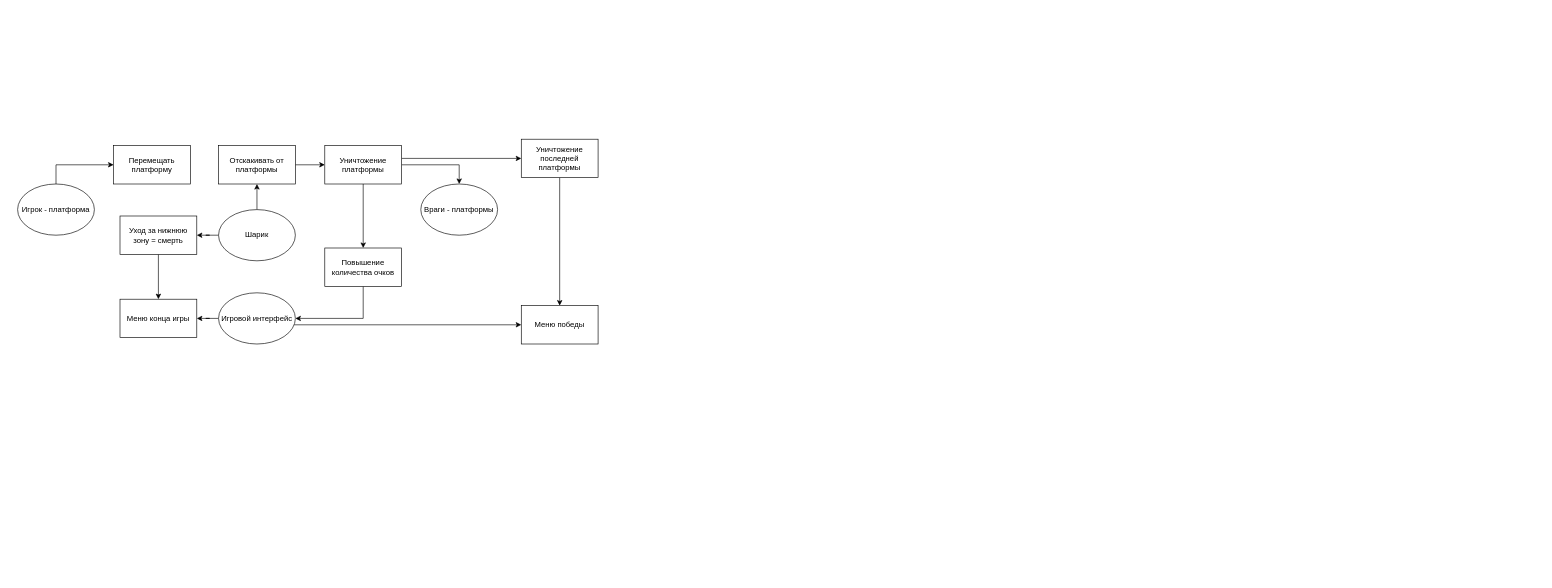
Before: Arcanoid Structure.drawio in Bezzbojnik/ArcanoidUnity, a draw.io diagram. Source tidied: cells renumbered, new cells numbered last; positions are measured from the earlier drawing's top-left corner, leaving out a move shared by most shapes. Both pictures are drawn from the tidied source at 64%, with x=0, y=0 at pixel (17, 139).
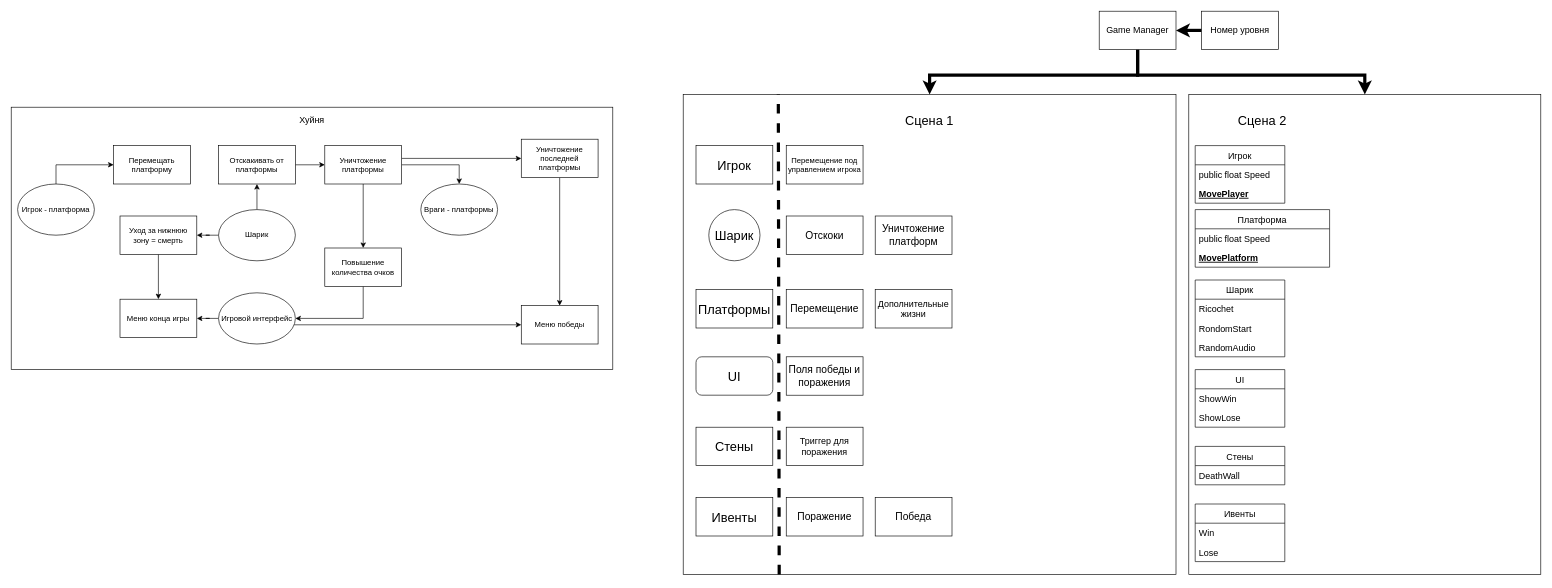
After the change.

What changed in the source:
```diff
@@
+    <mxCell id="26" style="rounded=0;whiteSpace=wrap;html=1;fontSize=14;" parent="1" vertex="1">
+      <mxGeometry x="-10" y="-50" width="940" height="410" as="geometry" />
+    </mxCell>
@@
+    <mxCell id="27" style="rounded=0;whiteSpace=wrap;html=1;" parent="1" vertex="1">
+      <mxGeometry x="1040" y="-70" width="770" height="750" as="geometry" />
+    </mxCell>
+    <mxCell id="28" value="Сцена 1" style="text;html=1;strokeColor=none;fillColor=none;align=center;verticalAlign=middle;whiteSpace=wrap;rounded=0;fontSize=20;" parent="1" vertex="1">
+      <mxGeometry x="1355" y="-50" width="140" height="40" as="geometry" />
+    </mxCell>
+    <mxCell id="29" value="Игрок" style="rounded=0;whiteSpace=wrap;html=1;fontSize=20;" parent="1" vertex="1">
+      <mxGeometry x="1060" y="10" width="120" height="60" as="geometry" />
+    </mxCell>
+    <mxCell id="30" value="Шарик" style="ellipse;whiteSpace=wrap;html=1;fontSize=20;" parent="1" vertex="1">
+      <mxGeometry x="1080" y="110" width="80" height="80" as="geometry" />
+    </mxCell>
+    <mxCell id="31" value="Платформы" style="rounded=0;whiteSpace=wrap;html=1;fontSize=20;" parent="1" vertex="1">
+      <mxGeometry x="1060" y="235" width="120" height="60" as="geometry" />
+    </mxCell>
+    <mxCell id="32" value="UI" style="rounded=1;whiteSpace=wrap;html=1;fontSize=20;" parent="1" vertex="1">
+      <mxGeometry x="1060" y="340" width="120" height="60" as="geometry" />
+    </mxCell>
+    <mxCell id="33" value="Стены" style="rounded=0;whiteSpace=wrap;html=1;fontSize=20;" parent="1" vertex="1">
+      <mxGeometry x="1060" y="450" width="120" height="60" as="geometry" />
+    </mxCell>
+    <mxCell id="34" value="Ивенты" style="rounded=0;whiteSpace=wrap;html=1;fontSize=20;" parent="1" vertex="1">
+      <mxGeometry x="1060" y="560" width="120" height="60" as="geometry" />
+    </mxCell>
+    <mxCell id="35" value="Отскоки" style="rounded=0;whiteSpace=wrap;html=1;fontSize=16;" parent="1" vertex="1">
+      <mxGeometry x="1201" y="120" width="120" height="60" as="geometry" />
+    </mxCell>
+    <mxCell id="36" value="Перемещение" style="rounded=0;whiteSpace=wrap;html=1;fontSize=16;" parent="1" vertex="1">
+      <mxGeometry x="1201" y="235" width="120" height="60" as="geometry" />
+    </mxCell>
+    <mxCell id="37" value="Уничтожение платформ" style="rounded=0;whiteSpace=wrap;html=1;fontSize=16;" parent="1" vertex="1">
+      <mxGeometry x="1340" y="120" width="120" height="60" as="geometry" />
+    </mxCell>
+    <mxCell id="38" value="Перемещение под управлением игрока" style="rounded=0;whiteSpace=wrap;html=1;fontSize=12;" parent="1" vertex="1">
+      <mxGeometry x="1201" y="10" width="120" height="60" as="geometry" />
+    </mxCell>
+    <mxCell id="39" value="Поля победы и поражения" style="rounded=0;whiteSpace=wrap;html=1;fontSize=16;" parent="1" vertex="1">
+      <mxGeometry x="1201" y="340" width="120" height="60" as="geometry" />
+    </mxCell>
+    <mxCell id="40" value="Поражение" style="rounded=0;whiteSpace=wrap;html=1;fontSize=16;" parent="1" vertex="1">
+      <mxGeometry x="1201" y="560" width="120" height="60" as="geometry" />
+    </mxCell>
+    <mxCell id="41" value="Победа" style="rounded=0;whiteSpace=wrap;html=1;fontSize=16;" parent="1" vertex="1">
+      <mxGeometry x="1340" y="560" width="120" height="60" as="geometry" />
+    </mxCell>
+    <mxCell id="42" style="rounded=0;whiteSpace=wrap;html=1;" parent="1" vertex="1">
+      <mxGeometry x="1830" y="-70" width="550" height="750" as="geometry" />
+    </mxCell>
+    <mxCell id="43" value="Сцена 2" style="text;html=1;strokeColor=none;fillColor=none;align=center;verticalAlign=middle;whiteSpace=wrap;rounded=0;fontSize=20;" parent="1" vertex="1">
+      <mxGeometry x="1875" y="-50" width="140" height="40" as="geometry" />
+    </mxCell>
+    <mxCell id="44" value="Дополнительные жизни" style="rounded=0;whiteSpace=wrap;html=1;fontSize=14;" parent="1" vertex="1">
+      <mxGeometry x="1340" y="235" width="120" height="60" as="geometry" />
+    </mxCell>
+    <mxCell id="45" value="Триггер для поражения" style="rounded=0;whiteSpace=wrap;html=1;fontSize=14;" parent="1" vertex="1">
+      <mxGeometry x="1201" y="450" width="120" height="60" as="geometry" />
+    </mxCell>
+    <mxCell id="46" style="edgeStyle=orthogonalEdgeStyle;rounded=0;jumpSize=11;jettySize=auto;html=1;fontSize=14;endSize=6;strokeWidth=5;" parent="1" edge="1" source="48" target="27">
+      <mxGeometry relative="1" as="geometry">
+        <Array as="points">
+          <mxPoint x="1750" y="-100" />
+          <mxPoint x="1425" y="-100" />
+        </Array>
+      </mxGeometry>
+    </mxCell>
+    <mxCell id="47" style="edgeStyle=orthogonalEdgeStyle;rounded=0;jumpSize=11;jettySize=auto;html=1;entryX=0.5;entryY=0;entryDx=0;entryDy=0;fontSize=14;endSize=6;strokeWidth=5;" parent="1" edge="1" source="48" target="42">
+      <mxGeometry relative="1" as="geometry">
+        <Array as="points">
+          <mxPoint x="1750" y="-100" />
+          <mxPoint x="2105" y="-100" />
+        </Array>
+      </mxGeometry>
+    </mxCell>
+    <mxCell id="48" value="Game Manager" style="rounded=0;whiteSpace=wrap;html=1;fontSize=14;" parent="1" vertex="1">
+      <mxGeometry x="1690" y="-200" width="120" height="60" as="geometry" />
+    </mxCell>
+    <mxCell id="49" style="edgeStyle=orthogonalEdgeStyle;rounded=0;jumpSize=11;jettySize=auto;html=1;fontSize=14;endSize=6;strokeWidth=5;" parent="1" edge="1" source="50" target="48">
+      <mxGeometry relative="1" as="geometry" />
+    </mxCell>
+    <mxCell id="50" value="Номер уровня" style="rounded=0;whiteSpace=wrap;html=1;fontSize=14;" parent="1" vertex="1">
+      <mxGeometry x="1850" y="-200" width="120" height="60" as="geometry" />
+    </mxCell>
+    <mxCell id="51" style="endArrow=none;dashed=1;html=1;rounded=0;fontSize=14;spacing=2;endSize=6;jumpSize=10;strokeWidth=5;entryX=0.193;entryY=-0.001;entryDx=0;entryDy=0;entryPerimeter=0;" parent="1" edge="1" target="27">
+      <mxGeometry relative="1" as="geometry">
+        <mxPoint x="1190" y="680" as="sourcePoint" />
+      </mxGeometry>
+    </mxCell>
+    <mxCell id="52" value="Хуйня" style="text;html=1;strokeColor=none;fillColor=none;align=center;verticalAlign=middle;whiteSpace=wrap;rounded=0;fontSize=14;" parent="1" vertex="1">
+      <mxGeometry x="430" y="-45" width="60" height="30" as="geometry" />
+    </mxCell>
+    <mxCell id="53" value="Платформа" style="swimlane;fontStyle=0;horizontal=1;startSize=30;fontSize=14;" parent="1" vertex="1">
+      <mxGeometry x="1840" y="110" width="210" height="90" as="geometry" />
+    </mxCell>
+    <mxCell id="54" value="public float Speed" style="text;strokeColor=none;fillColor=none;align=left;verticalAlign=middle;spacingLeft=4;spacingRight=4;overflow=hidden;fontSize=14;" parent="53" vertex="1">
+      <mxGeometry y="30" width="210" height="30" as="geometry" />
+    </mxCell>
+    <mxCell id="55" value="MovePlatform" style="text;strokeColor=none;fillColor=none;align=left;verticalAlign=middle;spacingLeft=4;spacingRight=4;overflow=hidden;fontSize=14;fontStyle=5;" parent="53" vertex="1">
+      <mxGeometry y="60" width="210" height="30" as="geometry" />
+    </mxCell>
+    <mxCell id="56" value="Шарик" style="swimlane;fontStyle=0;horizontal=1;startSize=30;fontSize=14;" parent="1" vertex="1">
+      <mxGeometry x="1840" y="220" width="140" height="120" as="geometry" />
+    </mxCell>
+    <mxCell id="57" value="Ricochet" style="text;strokeColor=none;fillColor=none;align=left;verticalAlign=middle;spacingLeft=4;spacingRight=4;overflow=hidden;fontSize=14;" parent="56" vertex="1">
+      <mxGeometry y="30" width="140" height="30" as="geometry" />
+    </mxCell>
+    <mxCell id="58" value="RondomStart" style="text;strokeColor=none;fillColor=none;align=left;verticalAlign=middle;spacingLeft=4;spacingRight=4;overflow=hidden;fontSize=14;" parent="56" vertex="1">
+      <mxGeometry y="60" width="140" height="30" as="geometry" />
+    </mxCell>
+    <mxCell id="59" value="RandomAudio" style="text;strokeColor=none;fillColor=none;align=left;verticalAlign=middle;spacingLeft=4;spacingRight=4;overflow=hidden;fontSize=14;" parent="56" vertex="1">
+      <mxGeometry y="90" width="140" height="30" as="geometry" />
+    </mxCell>
+    <mxCell id="60" value="Игрок" style="swimlane;fontStyle=0;horizontal=1;startSize=30;fontSize=14;" parent="1" vertex="1">
+      <mxGeometry x="1840" y="10" width="140" height="90" as="geometry" />
+    </mxCell>
+    <mxCell id="61" value="public float Speed" style="text;strokeColor=none;fillColor=none;align=left;verticalAlign=middle;spacingLeft=4;spacingRight=4;overflow=hidden;fontSize=14;fontStyle=0;" parent="60" vertex="1">
+      <mxGeometry y="30" width="140" height="30" as="geometry" />
+    </mxCell>
+    <mxCell id="62" value="MovePlayer" style="text;strokeColor=none;fillColor=none;align=left;verticalAlign=middle;spacingLeft=4;spacingRight=4;overflow=hidden;fontSize=14;fontStyle=5;" parent="60" vertex="1">
+      <mxGeometry y="60" width="140" height="30" as="geometry" />
+    </mxCell>
+    <mxCell id="63" value="UI" style="swimlane;fontStyle=0;horizontal=1;startSize=30;fontSize=14;" parent="1" vertex="1">
+      <mxGeometry x="1840" y="360" width="140" height="90" as="geometry" />
+    </mxCell>
+    <mxCell id="64" value="ShowWin" style="text;strokeColor=none;fillColor=none;align=left;verticalAlign=middle;spacingLeft=4;spacingRight=4;overflow=hidden;fontSize=14;" parent="63" vertex="1">
+      <mxGeometry y="30" width="140" height="30" as="geometry" />
+    </mxCell>
+    <mxCell id="65" value="ShowLose" style="text;strokeColor=none;fillColor=none;align=left;verticalAlign=middle;spacingLeft=4;spacingRight=4;overflow=hidden;fontSize=14;" parent="63" vertex="1">
+      <mxGeometry y="60" width="140" height="30" as="geometry" />
+    </mxCell>
+    <mxCell id="66" value="Стены" style="swimlane;fontStyle=0;horizontal=1;startSize=30;fontSize=14;" parent="1" vertex="1">
+      <mxGeometry x="1840" y="480" width="140" height="60" as="geometry" />
+    </mxCell>
+    <mxCell id="67" value="DeathWall" style="text;strokeColor=none;fillColor=none;align=left;verticalAlign=middle;spacingLeft=4;spacingRight=4;overflow=hidden;fontSize=14;" parent="66" vertex="1">
+      <mxGeometry y="30" width="140" height="30" as="geometry" />
+    </mxCell>
+    <mxCell id="68" value="Ивенты" style="swimlane;fontStyle=0;horizontal=1;startSize=30;fontSize=14;" parent="1" vertex="1">
+      <mxGeometry x="1840" y="570" width="140" height="90" as="geometry" />
+    </mxCell>
+    <mxCell id="69" value="Win" style="text;strokeColor=none;fillColor=none;align=left;verticalAlign=middle;spacingLeft=4;spacingRight=4;overflow=hidden;fontSize=14;" parent="68" vertex="1">
+      <mxGeometry y="30" width="140" height="30" as="geometry" />
+    </mxCell>
+    <mxCell id="70" value="Lose" style="text;strokeColor=none;fillColor=none;align=left;verticalAlign=middle;spacingLeft=4;spacingRight=4;overflow=hidden;fontSize=14;" parent="68" vertex="1">
+      <mxGeometry y="60" width="140" height="30" as="geometry" />
+    </mxCell>
```
